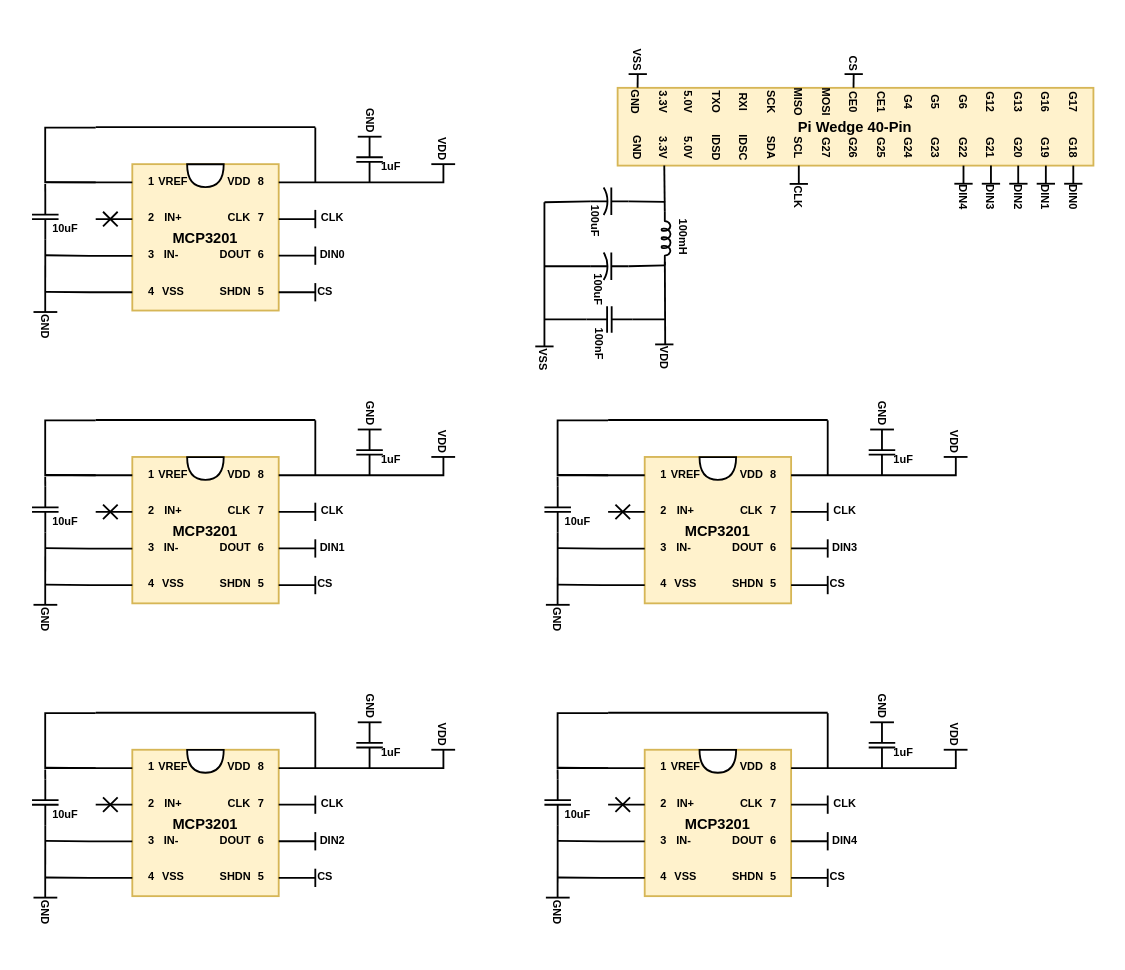
Above: Untitled Diagram.drawio in HunkyMcHunkin/TTT4280 (draw.io), before the change. Source tidied: cells renumbered, new cells numbered last; positions are measured from the earlier drawing's top-left corner, leaving out a move shared by most shapes. Both pictures are drawn from the tidied source at 183%, with x=0, y=0 at pixel (16, 49).
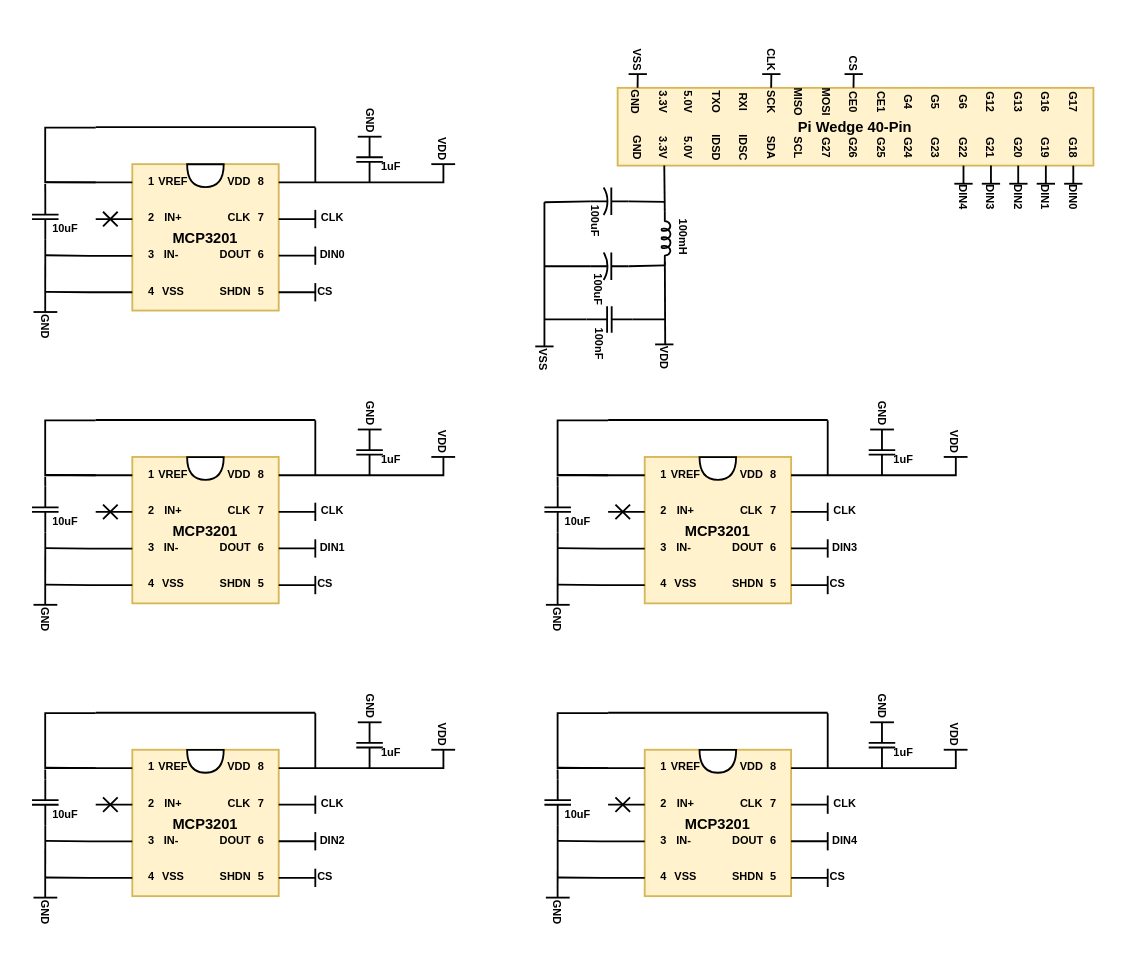
After the change.

The change refers to these unchanged cells:
```xml
<mxCell id="17" value="&lt;span&gt;SCL&lt;/span&gt;" style="text;html=1;align=center;verticalAlign=middle;points=[];fontSize=6;rotation=90;fontStyle=1;" parent="1" vertex="1">
  <mxGeometry x="412" y="48" width="30" height="10" as="geometry" />
</mxCell>
```

What changed in the source:
```diff
@@
-    <mxCell id="16" style="edgeStyle=orthogonalEdgeStyle;rounded=0;jettySize=auto;html=1;startArrow=none;startFill=0;endArrow=none;endFill=0;fontSize=6;" parent="1" edge="1" source="17">
-      <mxGeometry relative="1" as="geometry">
-        <mxPoint x="427" y="73" as="targetPoint" />
-        <Array as="points">
-          <mxPoint x="427" y="63" />
-          <mxPoint x="427" y="63" />
-        </Array>
-      </mxGeometry>
-    </mxCell>
@@
-    <mxCell id="76" style="endArrow=none;html=1;fontSize=6;" parent="1" edge="1">
-      <mxGeometry relative="1" as="geometry">
-        <mxPoint x="422" y="73" as="sourcePoint" />
-        <mxPoint x="432" y="73" as="targetPoint" />
-      </mxGeometry>
-    </mxCell>
     <mxCell id="77" value="&lt;b&gt;CLK&lt;/b&gt;" style="text;html=1;align=center;verticalAlign=middle;fontSize=6;rotation=90;" parent="1" vertex="1">
-      <mxGeometry x="412" y="75" width="30" height="10" as="geometry" />
+      <mxGeometry x="397" width="30" height="10" as="geometry" />
     </mxCell>
@@
+    <mxCell id="322" style="endArrow=none;html=1;fontSize=6;entryX=0.5;entryY=0;entryDx=0;entryDy=0;entryPerimeter=0;" parent="1" edge="1">
+      <mxGeometry relative="1" as="geometry">
+        <mxPoint x="412" y="13" as="sourcePoint" />
+        <mxPoint x="411.9" y="20.5" as="targetPoint" />
+      </mxGeometry>
+    </mxCell>
+    <mxCell id="323" style="endArrow=none;html=1;fontSize=6;" parent="1" edge="1">
+      <mxGeometry relative="1" as="geometry">
+        <mxPoint x="407" y="13" as="sourcePoint" />
+        <mxPoint x="417" y="13" as="targetPoint" />
+      </mxGeometry>
+    </mxCell>
```
